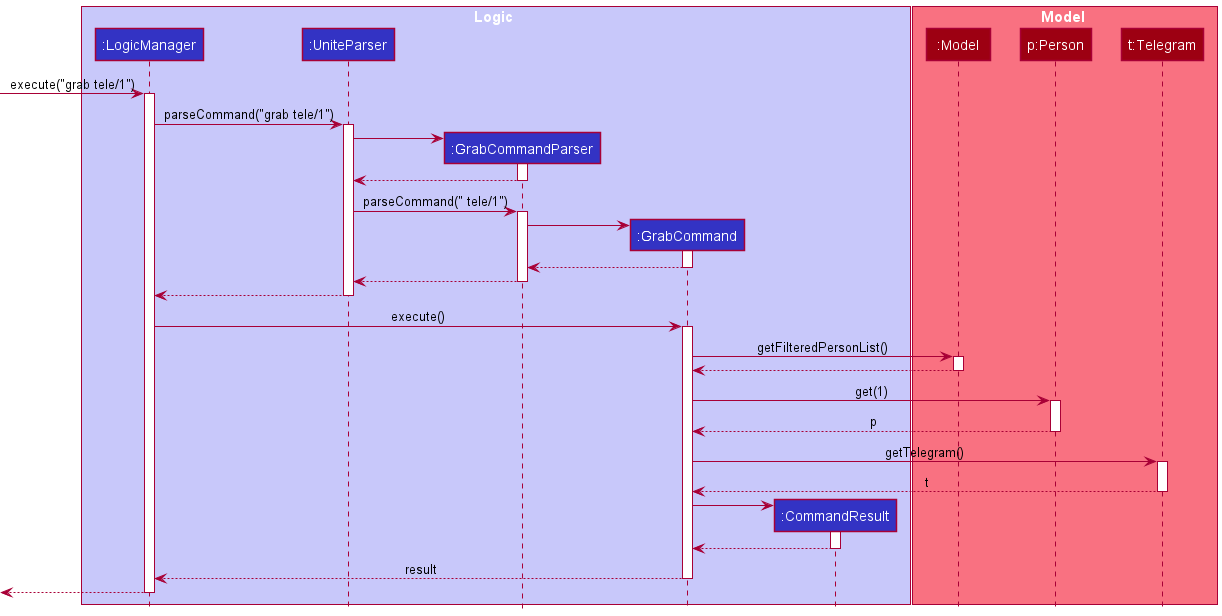
nus-cs2103-AY2122S2/tp keeps this PlantUML diagram as docs/images/GrabSequenceDiagram.png. Above is the earlier version.
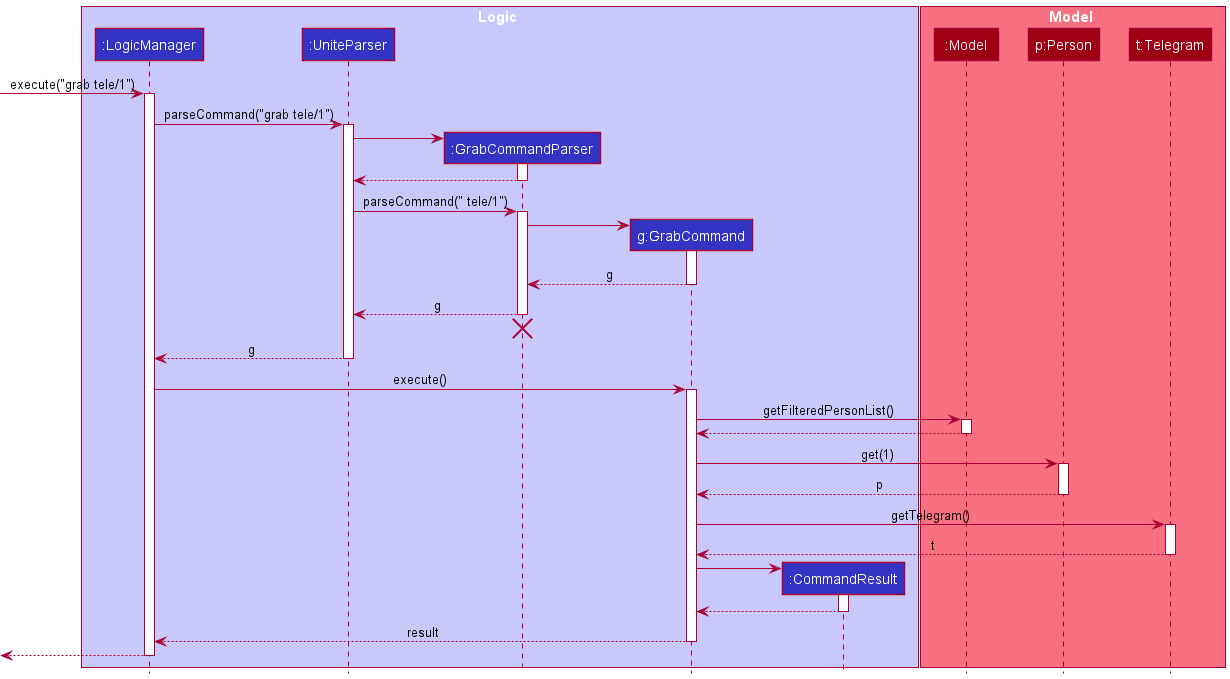
Later version of the same file.

Change to the diagram source:
```diff
@@ -5,16 +5,14 @@
 participant ":LogicManager" as LogicManager LOGIC_COLOR
 participant ":UniteParser" as UniteParser LOGIC_COLOR
 participant ":GrabCommandParser" as GrabCommandParser LOGIC_COLOR
-participant ":GrabCommand" as GrabCommand LOGIC_COLOR
+participant "g:GrabCommand" as GrabCommand LOGIC_COLOR
 participant ":CommandResult" as CommandResult LOGIC_COLOR
-
 end box
 
 box Model MODEL_COLOR_T1
 participant ":Model" as Model MODEL_COLOR
 participant "p:Person" as Person MODEL_COLOR
 participant "t:Telegram" as Telegram MODEL_COLOR
-
 end box
 
 [-> LogicManager : execute("grab tele/1")
@@ -37,13 +35,15 @@
 GrabCommandParser -> GrabCommand
 activate GrabCommand
 
-GrabCommand --> GrabCommandParser
+GrabCommand --> GrabCommandParser: g
 deactivate GrabCommand
 
-GrabCommandParser --> UniteParser
+GrabCommandParser --> UniteParser: g
 deactivate GrabCommandParser
+GrabCommandParser -[hidden]-> UniteParser
+destroy GrabCommandParser
 
-UniteParser --> LogicManager
+UniteParser --> LogicManager:g
 deactivate UniteParser
 
 LogicManager -> GrabCommand : execute()
@@ -74,8 +74,6 @@
 CommandResult --> GrabCommand
 deactivate CommandResult
 
-deactivate Model
-
 GrabCommand --> LogicManager: result
 deactivate GrabCommand
 
```
